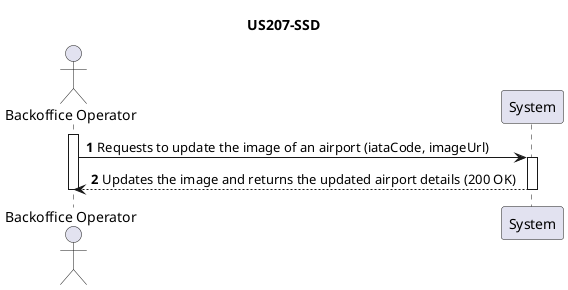
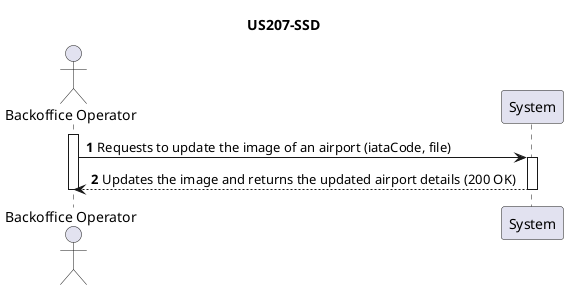
@startuml
title US207-SSD
autonumber
actor "Backoffice Operator" as Operator
participant "System" as Sys

activate Operator
- Operator -> Sys : Requests to update the image of an airport (iataCode, imageUrl)
+ Operator -> Sys : Requests to update the image of an airport (iataCode, file)
activate Sys
Sys --> Operator : Updates the image and returns the updated airport details (200 OK)
deactivate Sys
deactivate Operator
@enduml